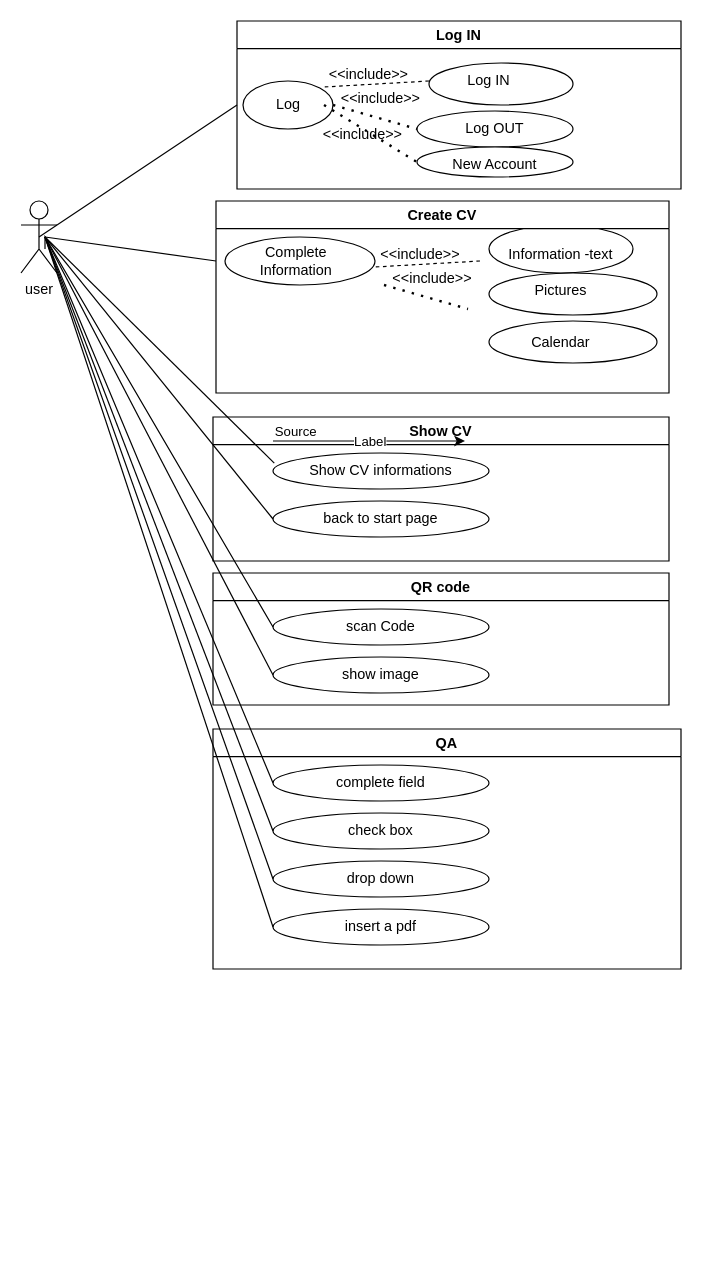
The draw.io diagram useCase.drawio in vmaria2002/proiect_IS, before the edit. Source tidied: cells renumbered, new cells numbered last; positions are measured from the earlier drawing's top-left corner, leaving out a move shared by most shapes. Both pictures are drawn from the tidied source at 120%, with x=0, y=0 at pixel (20, 20).
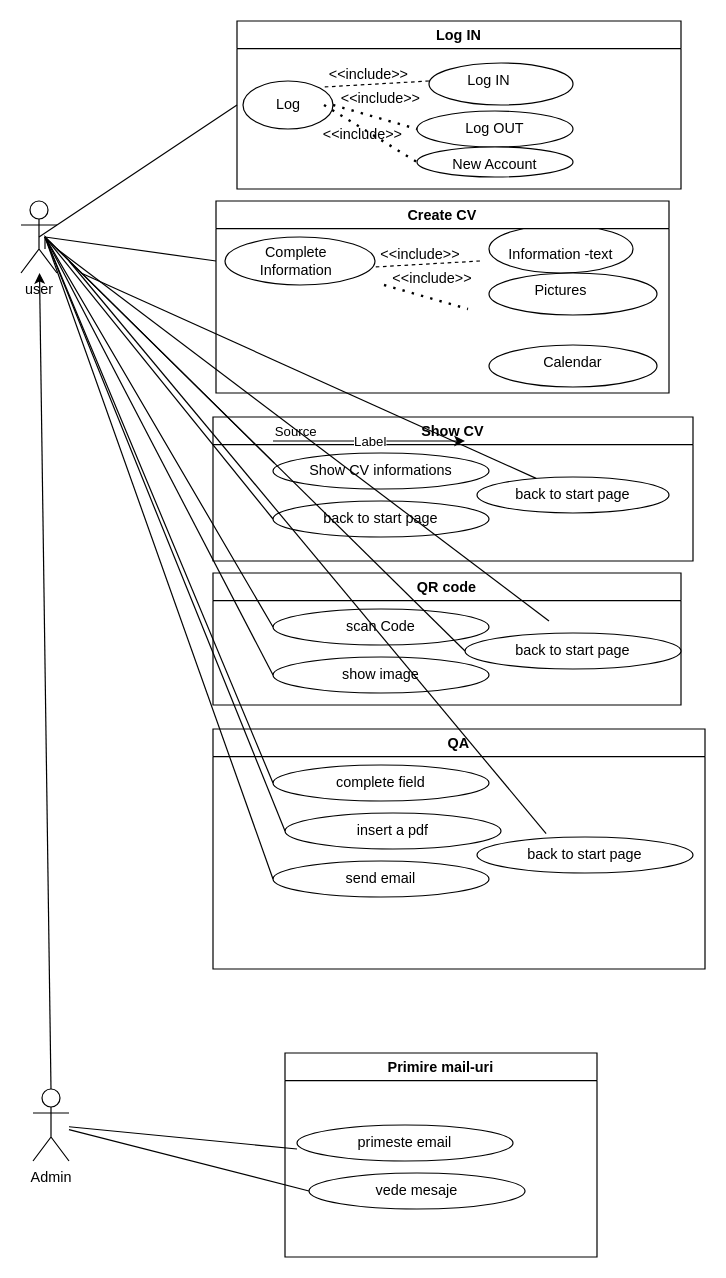
The same page after the edit.

The change refers to these unchanged cells:
```xml
<mxCell id="2" value="user" style="shape=umlActor;verticalLabelPosition=bottom;verticalAlign=top;html=1;outlineConnect=0;" parent="1" vertex="1">
  <mxGeometry y="150" width="30" height="60" as="geometry" />
</mxCell>
```

The edit, as a diff of the source:
```diff
@@
+    <mxCell id="31" value="Create CV" style="swimlane;" parent="1" vertex="1">
+      <mxGeometry x="162.5" y="150" width="377.5" height="160" as="geometry" />
+    </mxCell>
-    <mxCell id="29" style="ellipse;whiteSpace=wrap;html=1;" parent="1" vertex="1">
-      <mxGeometry x="390" y="250" width="140" height="35" as="geometry" />
+    <mxCell id="29" style="ellipse;whiteSpace=wrap;html=1;" parent="31" vertex="1">
+      <mxGeometry x="227.5" y="120" width="140" height="35" as="geometry" />
     </mxCell>
-    <mxCell id="30" value="Calendar" style="text;html=1;strokeColor=none;fillColor=none;align=center;verticalAlign=middle;whiteSpace=wrap;rounded=0;" parent="1" vertex="1">
-      <mxGeometry x="420" y="252.5" width="60" height="30" as="geometry" />
+    <mxCell id="30" value="Calendar" style="text;html=1;strokeColor=none;fillColor=none;align=center;verticalAlign=middle;whiteSpace=wrap;rounded=0;" parent="31" vertex="1">
+      <mxGeometry x="267.5" y="120" width="60" height="30" as="geometry" />
     </mxCell>
-    <mxCell id="31" value="Create CV" style="swimlane;" parent="1" vertex="1">
-      <mxGeometry x="162.5" y="150" width="377.5" height="160" as="geometry" />
-    </mxCell>
     <mxCell id="32" value="Show CV" style="swimlane;" parent="1" vertex="1">
-      <mxGeometry x="160" y="330" width="380" height="120" as="geometry" />
+      <mxGeometry x="160" y="330" width="400" height="120" as="geometry" />
     </mxCell>
@@
+    <mxCell id="55" value="back to start page" style="ellipse;whiteSpace=wrap;html=1;" parent="32" vertex="1">
+      <mxGeometry x="220" y="50" width="160" height="30" as="geometry" />
+    </mxCell>
@@
     <mxCell id="38" value="QR code" style="swimlane;" parent="1" vertex="1">
-      <mxGeometry x="160" y="460" width="380" height="110" as="geometry" />
+      <mxGeometry x="160" y="460" width="390" height="110" as="geometry" />
     </mxCell>
@@
+    <mxCell id="56" value="back to start page" style="ellipse;whiteSpace=wrap;html=1;" parent="38" vertex="1">
+      <mxGeometry x="210" y="50" width="180" height="30" as="geometry" />
+    </mxCell>
@@
     <mxCell id="43" value="QA" style="swimlane;" parent="1" vertex="1">
-      <mxGeometry x="160" y="590" width="390" height="200" as="geometry" />
+      <mxGeometry x="160" y="590" width="410" height="200" as="geometry" />
     </mxCell>
@@
-    <mxCell id="45" value="check box" style="ellipse;whiteSpace=wrap;html=1;" parent="43" vertex="1">
-      <mxGeometry x="50" y="70" width="180" height="30" as="geometry" />
-    </mxCell>
-    <mxCell id="46" value="drop down" style="ellipse;whiteSpace=wrap;html=1;" parent="43" vertex="1">
-      <mxGeometry x="50" y="110" width="180" height="30" as="geometry" />
-    </mxCell>
     <mxCell id="47" value="insert a pdf" style="ellipse;whiteSpace=wrap;html=1;" parent="43" vertex="1">
-      <mxGeometry x="50" y="150" width="180" height="30" as="geometry" />
+      <mxGeometry x="60" y="70" width="180" height="30" as="geometry" />
     </mxCell>
+    <mxCell id="57" value="send email" style="ellipse;whiteSpace=wrap;html=1;" parent="43" vertex="1">
+      <mxGeometry x="50" y="110" width="180" height="30" as="geometry" />
+    </mxCell>
+    <mxCell id="58" value="back to start page" style="ellipse;whiteSpace=wrap;html=1;" parent="43" vertex="1">
+      <mxGeometry x="220" y="90" width="180" height="30" as="geometry" />
+    </mxCell>
@@
-    <mxCell id="52" style="endArrow=none;html=1;rounded=0;entryX=0;entryY=0.5;entryDx=0;entryDy=0;" parent="1" edge="1" target="45">
-      <mxGeometry relative="1" as="geometry">
-        <mxPoint x="20" y="180" as="sourcePoint" />
-      </mxGeometry>
-    </mxCell>
@@
-    <mxCell id="54" style="endArrow=none;html=1;rounded=0;exitX=0;exitY=0.5;exitDx=0;exitDy=0;" parent="1" edge="1" source="46">
+    <mxCell id="54" style="endArrow=none;html=1;rounded=0;exitX=0;exitY=0.5;exitDx=0;exitDy=0;" parent="1" edge="1">
       <mxGeometry relative="1" as="geometry">
+        <mxPoint x="210" y="715" as="sourcePoint" />
         <mxPoint x="20" y="180" as="targetPoint" />
       </mxGeometry>
     </mxCell>
+    <mxCell id="59" style="endArrow=none;html=1;rounded=0;entryX=0;entryY=0.5;entryDx=0;entryDy=0;" parent="1" edge="1" target="56">
+      <mxGeometry relative="1" as="geometry">
+        <mxPoint x="20" y="180" as="sourcePoint" />
+      </mxGeometry>
+    </mxCell>
+    <mxCell id="60" style="endArrow=none;html=1;rounded=0;" parent="1" edge="1">
+      <mxGeometry relative="1" as="geometry">
+        <mxPoint x="30" y="190" as="sourcePoint" />
+        <mxPoint x="440" y="500" as="targetPoint" />
+      </mxGeometry>
+    </mxCell>
+    <mxCell id="61" style="endArrow=none;html=1;rounded=0;entryX=0.32;entryY=-0.093;entryDx=0;entryDy=0;entryPerimeter=0;" parent="1" edge="1" target="58">
+      <mxGeometry relative="1" as="geometry">
+        <mxPoint x="40" y="200" as="sourcePoint" />
+      </mxGeometry>
+    </mxCell>
+    <mxCell id="62" style="endArrow=none;html=1;rounded=0;" parent="1" edge="1" target="55">
+      <mxGeometry relative="1" as="geometry">
+        <mxPoint x="50" y="210" as="sourcePoint" />
+      </mxGeometry>
+    </mxCell>
+    <mxCell id="63" value="Admin" style="shape=umlActor;verticalLabelPosition=bottom;verticalAlign=top;html=1;outlineConnect=0;" parent="1" vertex="1">
+      <mxGeometry x="10" y="890" width="30" height="60" as="geometry" />
+    </mxCell>
+    <mxCell id="64" style="endArrow=classic;html=1;rounded=0;exitX=0.5;exitY=0;exitDx=0;exitDy=0;exitPerimeter=0;" parent="1" edge="1" source="63" target="2">
+      <mxGeometry relative="1" as="geometry" />
+    </mxCell>
+    <mxCell id="65" style="endArrow=none;html=1;rounded=0;" parent="1" edge="1" source="63">
+      <mxGeometry relative="1" as="geometry">
+        <mxPoint x="230" y="940" as="targetPoint" />
+      </mxGeometry>
+    </mxCell>
+    <mxCell id="66" value="primeste email" style="ellipse;whiteSpace=wrap;html=1;" parent="1" vertex="1">
+      <mxGeometry x="230" y="920" width="180" height="30" as="geometry" />
+    </mxCell>
+    <mxCell id="67" value="vede mesaje" style="ellipse;whiteSpace=wrap;html=1;" parent="1" vertex="1">
+      <mxGeometry x="240" y="960" width="180" height="30" as="geometry" />
+    </mxCell>
+    <mxCell id="68" style="endArrow=none;html=1;rounded=0;entryX=0;entryY=0.5;entryDx=0;entryDy=0;" parent="1" edge="1" source="63" target="67">
+      <mxGeometry relative="1" as="geometry" />
+    </mxCell>
+    <mxCell id="69" value="Primire mail-uri" style="swimlane;" parent="1" vertex="1">
+      <mxGeometry x="220" y="860" width="260" height="170" as="geometry" />
+    </mxCell>
```
